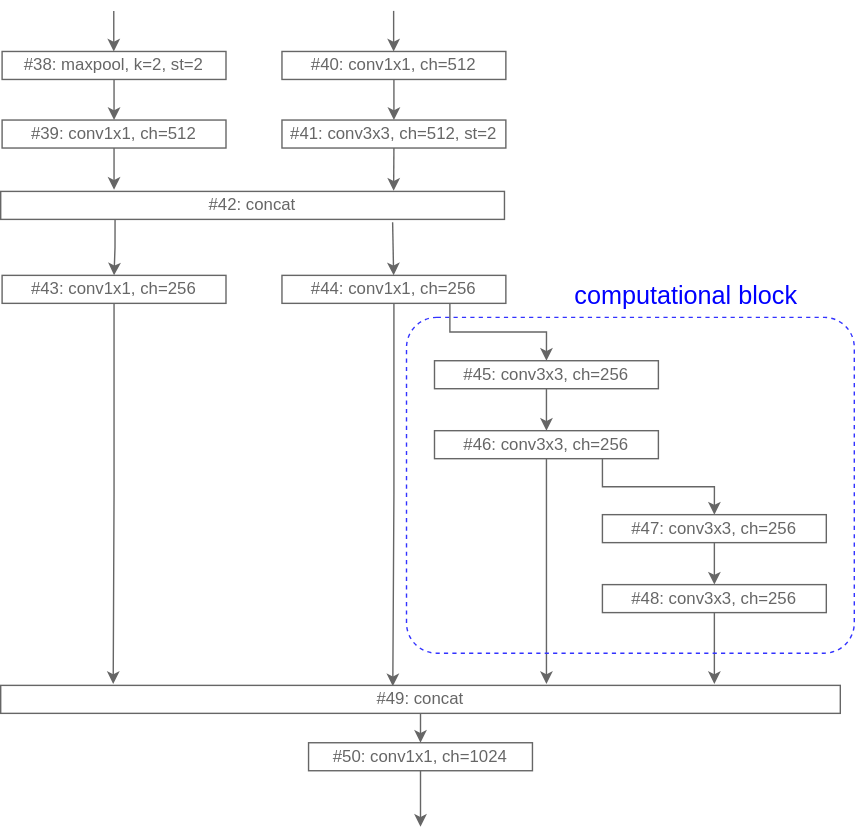
Before: yolov7-architecture-overall/svg/yolov7_normal_c5_convs.drawio.svg, a diagram exported from draw.io (cm-nakamura-shogo/devio-image). Source tidied: cells renumbered, new cells last; positions are measured from the earlier drawing's top-left corner, leaving out a move shared by most shapes.
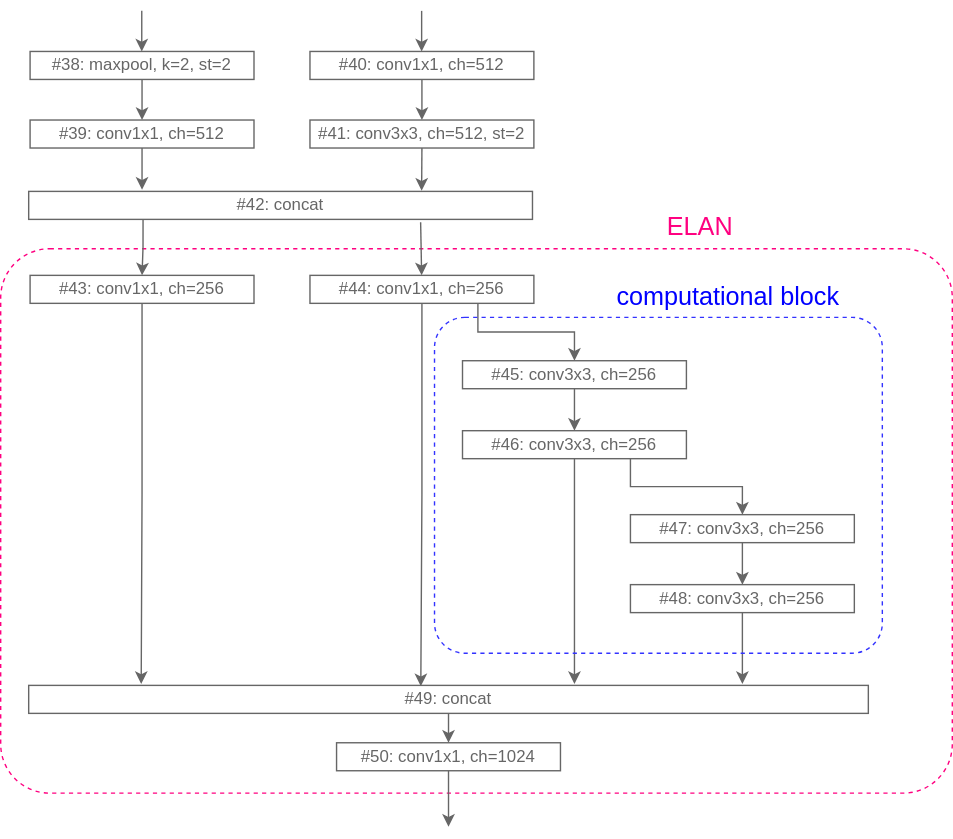
Later version of the same file.

Diff of the diagram source:
```diff
@@ -2,6 +2,9 @@
   <root>
     <mxCell id="0" />
     <mxCell id="1" parent="0" />
+    <mxCell id="35" style="rounded=1;whiteSpace=wrap;html=1;arcSize=9;fillColor=none;strokeColor=#FF0080;dashed=1;" parent="1" vertex="1">
+      <mxGeometry x="-20" y="170" width="680" height="389" as="geometry" />
+    </mxCell>
     <mxCell id="2" style="edgeStyle=orthogonalEdgeStyle;rounded=0;jettySize=auto;html=1;exitX=0.227;exitY=1.001;exitDx=0;exitDy=0;entryX=0.5;entryY=0;entryDx=0;entryDy=0;exitPerimeter=0;strokeColor=#666666;" parent="1" edge="1" source="26" target="4">
       <mxGeometry relative="1" as="geometry" />
     </mxCell>
@@ -108,8 +111,11 @@
     <mxCell id="33" style="rounded=1;whiteSpace=wrap;html=1;arcSize=9;fillColor=none;strokeColor=#3333FF;dashed=1;" parent="1" vertex="1">
       <mxGeometry x="290" y="219" width="320" height="240" as="geometry" />
     </mxCell>
-    <mxCell id="34" value="&lt;font style=&quot;font-size: 18px&quot; color=&quot;#0000ff&quot;&gt;computational block&lt;/font&gt;" style="text;html=1;strokeColor=none;fillColor=none;align=center;verticalAlign=middle;whiteSpace=wrap;rounded=0;fontColor=#666666;" parent="1" vertex="1">
-      <mxGeometry x="400" y="189" width="180" height="30" as="geometry" />
+    <mxCell id="34" value="&lt;font&gt;&lt;span style=&quot;font-size: 18px&quot;&gt;ELAN&lt;/span&gt;&lt;/font&gt;" style="text;html=1;strokeColor=none;fillColor=none;align=center;verticalAlign=middle;whiteSpace=wrap;rounded=0;fontColor=#FF0080;" parent="1" vertex="1">
+      <mxGeometry x="390" y="140" width="180" height="30" as="geometry" />
     </mxCell>
+    <mxCell id="36" value="&lt;font style=&quot;font-size: 18px&quot; color=&quot;#0000ff&quot;&gt;computational block&lt;/font&gt;" style="text;html=1;strokeColor=none;fillColor=none;align=center;verticalAlign=middle;whiteSpace=wrap;rounded=0;fontColor=#666666;" parent="1" vertex="1">
+      <mxGeometry x="410" y="190" width="180" height="30" as="geometry" />
+    </mxCell>
   </root>
 </mxGraphModel>
```
